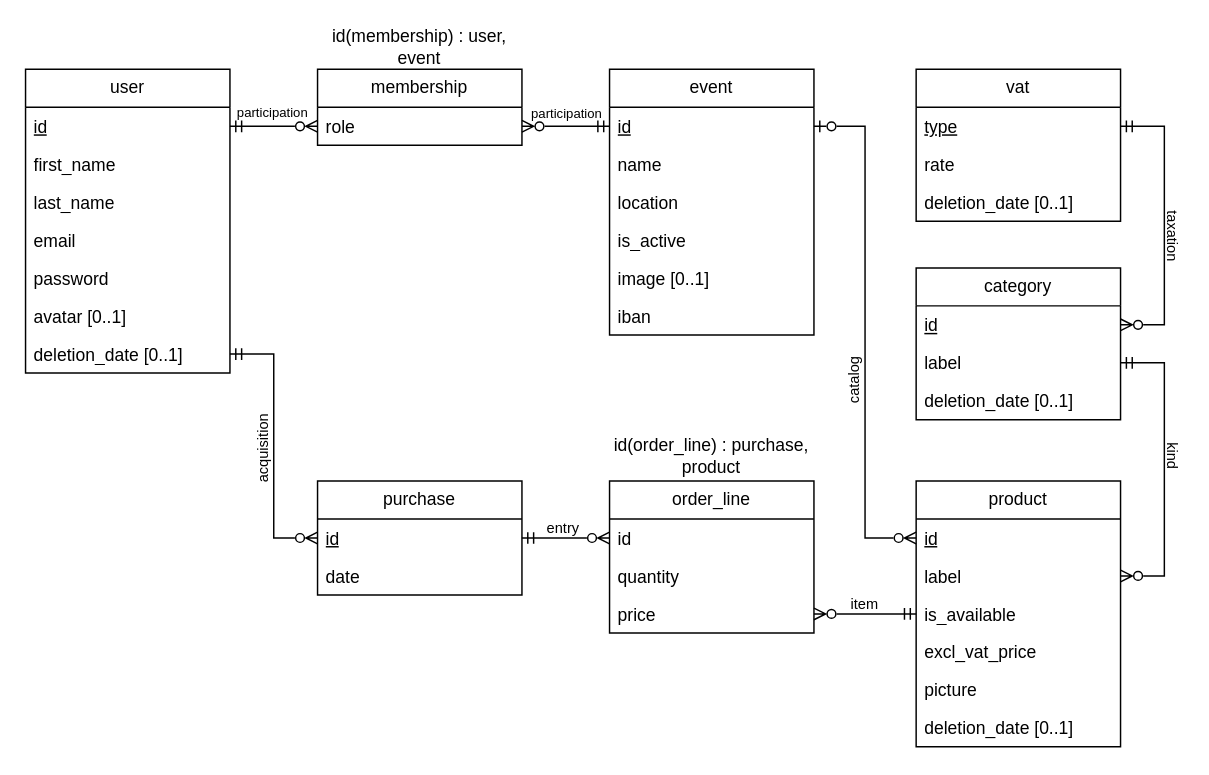
Earlier version of the draw.io diagram database/docs/entity-relationship-diagram.drawio (maxoux53/smartkiosk). Source tidied: cells renumbered, new cells numbered last; positions are measured from the earlier drawing's top-left corner, leaving out a move shared by most shapes. Both pictures are drawn from the tidied source at 146%, with x=0, y=0 at pixel (25, 25).
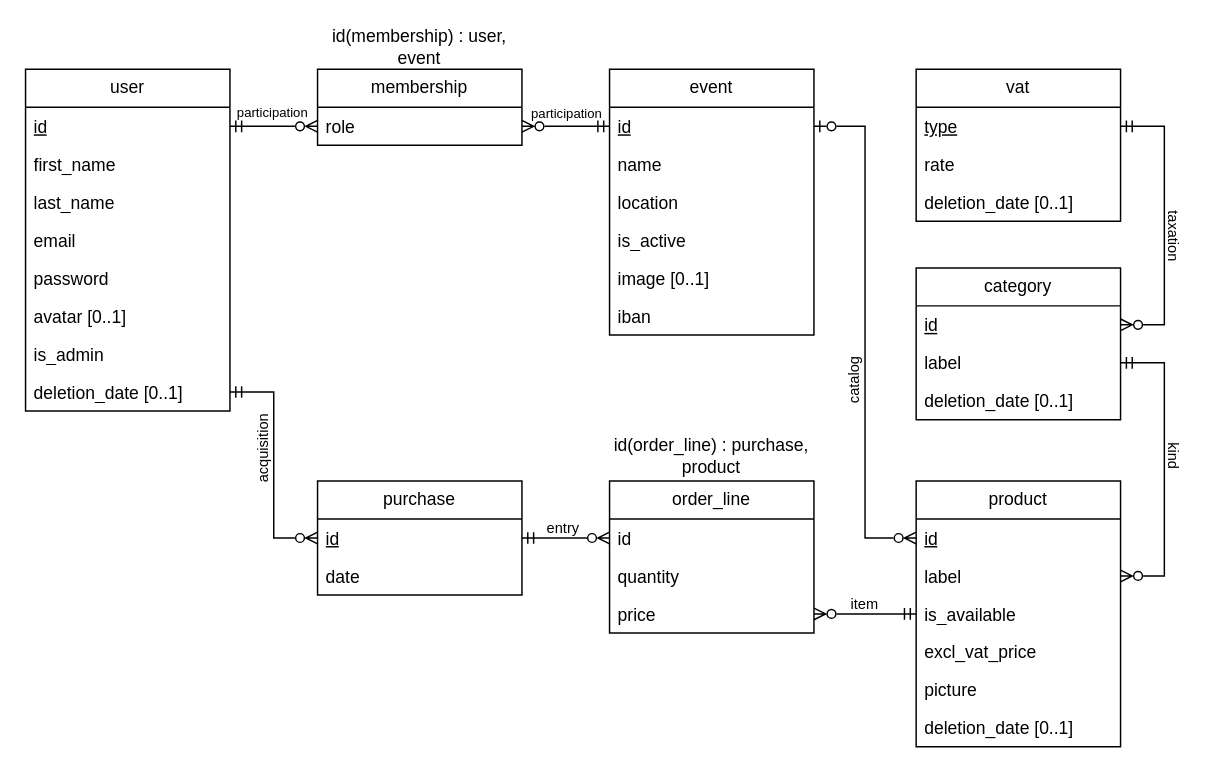
Above is the later version.

Commit message (it also covers changes not shown here):
fix: is_admin was missing in diagrams

Diff of the diagram source:
```diff
@@
     <mxCell id="2" value="user" style="swimlane;fontStyle=0;horizontal=1;startSize=26;fillColor=none;whiteSpace=wrap;html=1;" parent="1" vertex="1">
-      <mxGeometry y="30" width="140" height="208" as="geometry" />
+      <mxGeometry y="30" width="140" height="234" as="geometry" />
     </mxCell>
@@
+    <mxCell id="61" value="is_admin" style="text;strokeColor=none;fillColor=none;align=left;verticalAlign=top;spacingLeft=4;spacingRight=4;overflow=hidden;whiteSpace=wrap;html=1;" parent="2" vertex="1">
+      <mxGeometry y="182" width="140" height="26" as="geometry" />
+    </mxCell>
     <mxCell id="9" value="deletion_date [0..1]" style="text;strokeColor=none;fillColor=none;align=left;verticalAlign=top;spacingLeft=4;spacingRight=4;overflow=hidden;points=[[0,0.5],[1,0.5]];portConstraint=eastwest;whiteSpace=wrap;html=1;" parent="2" vertex="1">
-      <mxGeometry y="182" width="140" height="26" as="geometry" />
+      <mxGeometry y="208" width="140" height="26" as="geometry" />
     </mxCell>
@@
     <mxCell id="56" value="taxation" style="text;html=1;align=center;verticalAlign=middle;whiteSpace=wrap;rounded=0;fontSize=10;rotation=90;" parent="1" vertex="1">
-      <mxGeometry x="767.5" y="139" width="37" height="10" as="geometry" />
+      <mxGeometry x="768.5" y="139" width="37" height="10" as="geometry" />
     </mxCell>
     <mxCell id="57" value="kind" style="text;html=1;align=center;verticalAlign=middle;whiteSpace=wrap;rounded=0;fontSize=10;rotation=90;" parent="1" vertex="1">
-      <mxGeometry x="776" y="290" width="20" height="10" as="geometry" />
+      <mxGeometry x="777" y="290" width="20" height="10" as="geometry" />
     </mxCell>
```
